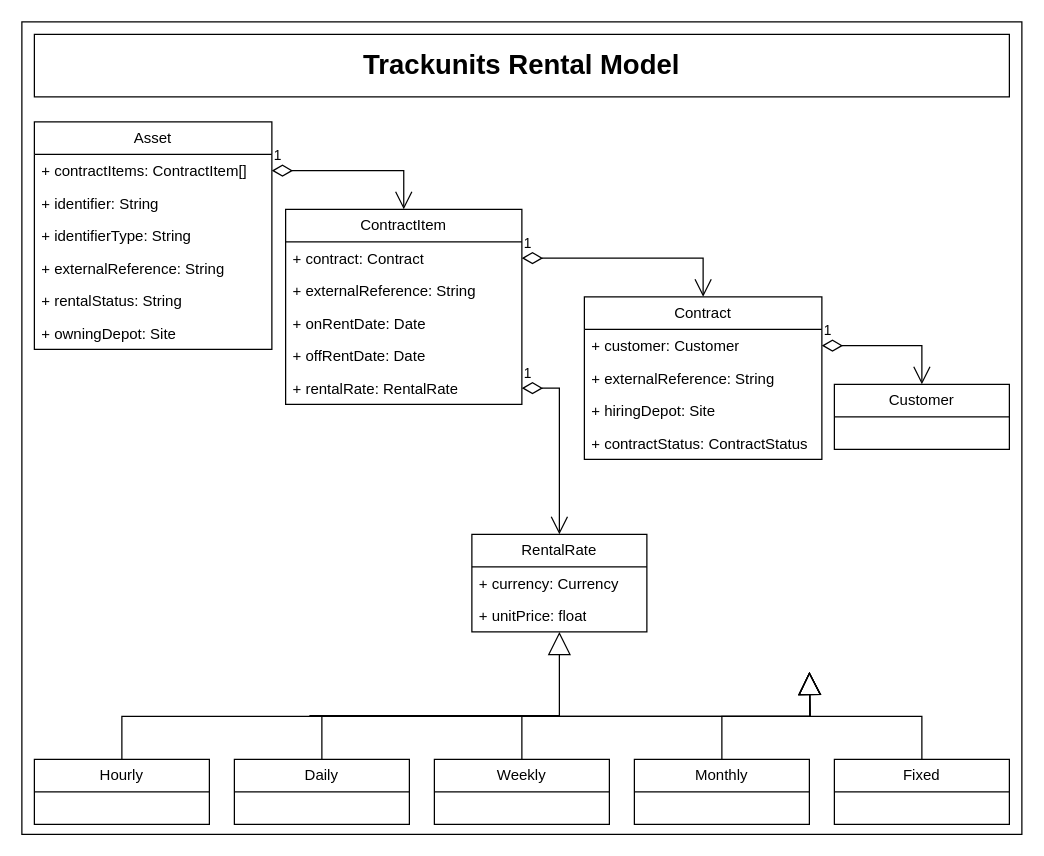
This is guides/integrations-connectors/erp-rental-data-model.drawio from Trackunit/developer-hub, a draw.io file, before an edit. Source tidied: cells renumbered, new cells numbered last; positions are measured from the earlier drawing's top-left corner, leaving out a move shared by most shapes. Both pictures are drawn from the tidied source at 125%, with x=0, y=0 at pixel (21, 21).
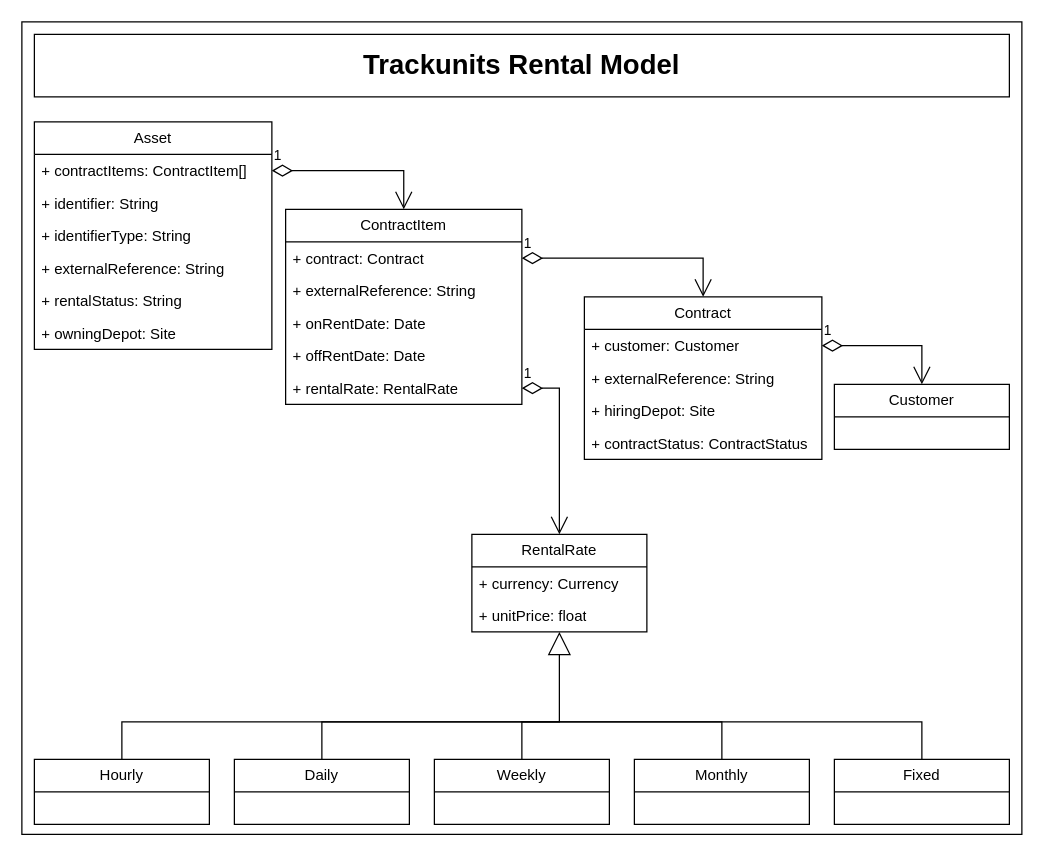
Above is the later version.

Unchanged cells that the change refers to:
```xml
<mxCell id="25" value="RentalRate" style="swimlane;fontStyle=0;horizontal=1;startSize=26;fillColor=none;whiteSpace=wrap;html=1;" parent="1" vertex="1">
  <mxGeometry x="360" y="410" width="140" height="78" as="geometry" />
</mxCell>
<mxCell id="27" value="+ unitPrice: float" style="text;strokeColor=none;fillColor=none;align=left;verticalAlign=top;spacingLeft=4;spacingRight=4;overflow=hidden;points=[[0,0.5],[1,0.5]];portConstraint=eastwest;whiteSpace=wrap;html=1;" parent="25" vertex="1">
  <mxGeometry y="52" width="140" height="26" as="geometry" />
</mxCell>
<mxCell id="29" value="Daily" style="swimlane;fontStyle=0;horizontal=1;startSize=26;fillColor=none;whiteSpace=wrap;html=1;" parent="1" vertex="1">
  <mxGeometry x="170" y="590" width="140" height="52" as="geometry" />
</mxCell>
<mxCell id="31" value="Monthly" style="swimlane;fontStyle=0;horizontal=1;startSize=26;fillColor=none;whiteSpace=wrap;html=1;" parent="1" vertex="1">
  <mxGeometry x="490" y="590" width="140" height="52" as="geometry" />
</mxCell>
<mxCell id="33" value="Hourly" style="swimlane;fontStyle=0;horizontal=1;startSize=26;fillColor=none;whiteSpace=wrap;html=1;" parent="1" vertex="1">
  <mxGeometry x="10" y="590" width="140" height="52" as="geometry" />
</mxCell>
<mxCell id="35" value="Weekly" style="swimlane;fontStyle=0;horizontal=1;startSize=26;fillColor=none;whiteSpace=wrap;html=1;" parent="1" vertex="1">
  <mxGeometry x="330" y="590" width="140" height="52" as="geometry" />
</mxCell>
<mxCell id="36" value="Fixed" style="swimlane;fontStyle=0;horizontal=1;startSize=26;fillColor=none;whiteSpace=wrap;html=1;" parent="1" vertex="1">
  <mxGeometry x="650" y="590" width="140" height="52" as="geometry" />
</mxCell>
```

Diff of the diagram source:
```diff
@@
-    <mxCell id="30" style="endArrow=block;endSize=16;endFill=0;html=1;rounded=0;entryX=0.5;entryY=1;entryDx=0;entryDy=0;exitX=0.5;exitY=0;exitDx=0;exitDy=0;edgeStyle=orthogonalEdgeStyle;" parent="1" edge="1" source="29" target="25">
+    <mxCell id="30" style="endArrow=block;endSize=16;endFill=0;html=1;rounded=0;exitX=0.5;exitY=0;exitDx=0;exitDy=0;edgeStyle=orthogonalEdgeStyle;" parent="1" edge="1" source="29" target="27">
       <mxGeometry relative="1" as="geometry">
         <Array as="points">
-          <mxPoint x="230" y="555" />
-          <mxPoint x="630" y="555" />
+          <mxPoint x="240" y="560" />
+          <mxPoint x="430" y="560" />
         </Array>
       </mxGeometry>
     </mxCell>
@@
-    <mxCell id="32" style="endArrow=block;endSize=16;endFill=0;html=1;rounded=0;exitX=0.5;exitY=0;exitDx=0;exitDy=0;edgeStyle=orthogonalEdgeStyle;" parent="1" edge="1" source="31">
-      <mxGeometry relative="1" as="geometry">
-        <mxPoint x="630" y="520" as="targetPoint" />
-      </mxGeometry>
-    </mxCell>
@@
-    <mxCell id="34" style="endArrow=block;endSize=16;endFill=0;html=1;rounded=0;exitX=0.5;exitY=0;exitDx=0;exitDy=0;edgeStyle=orthogonalEdgeStyle;" parent="1" edge="1" source="33">
-      <mxGeometry relative="1" as="geometry">
-        <mxPoint x="630" y="520" as="targetPoint" />
-      </mxGeometry>
-    </mxCell>
@@
-    <mxCell id="37" style="endArrow=block;endSize=16;endFill=0;html=1;rounded=0;edgeStyle=orthogonalEdgeStyle;exitX=0.5;exitY=0;exitDx=0;exitDy=0;" parent="1" edge="1" source="36">
-      <mxGeometry relative="1" as="geometry">
-        <mxPoint x="630" y="520" as="targetPoint" />
-      </mxGeometry>
-    </mxCell>
-    <mxCell id="38" style="endArrow=block;endSize=16;endFill=0;html=1;rounded=0;edgeStyle=orthogonalEdgeStyle;exitX=0.5;exitY=0;exitDx=0;exitDy=0;" parent="1" edge="1" source="35">
-      <mxGeometry relative="1" as="geometry">
-        <mxPoint x="630" y="520" as="targetPoint" />
-      </mxGeometry>
-    </mxCell>
@@
+    <mxCell id="40" style="endArrow=none;html=1;exitX=0.5;exitY=0;exitDx=0;exitDy=0;entryX=0.5;entryY=0;entryDx=0;entryDy=0;edgeStyle=orthogonalEdgeStyle;rounded=0;curved=0;" parent="1" edge="1" source="33" target="36">
+      <mxGeometry relative="1" as="geometry">
+        <Array as="points">
+          <mxPoint x="80" y="560" />
+          <mxPoint x="720" y="560" />
+        </Array>
+      </mxGeometry>
+    </mxCell>
+    <mxCell id="41" style="endArrow=none;html=1;exitX=0.5;exitY=0;exitDx=0;exitDy=0;entryX=0.5;entryY=0;entryDx=0;entryDy=0;edgeStyle=orthogonalEdgeStyle;rounded=0;curved=0;" parent="1" edge="1" source="35" target="31">
+      <mxGeometry relative="1" as="geometry">
+        <Array as="points">
+          <mxPoint x="400" y="560" />
+          <mxPoint x="560" y="560" />
+        </Array>
+      </mxGeometry>
+    </mxCell>
```
